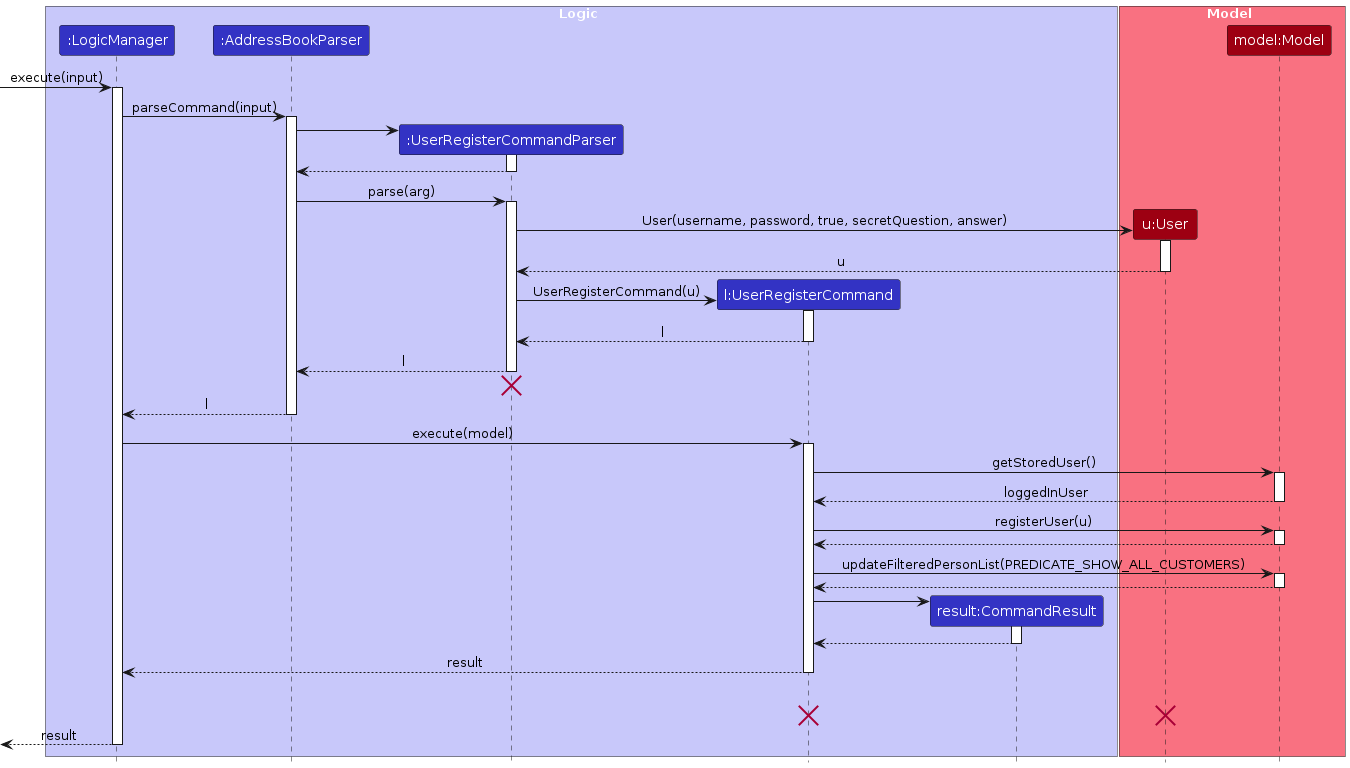
zhonghan721/tp keeps this PlantUML diagram as diagrams/UserRegisterSequenceDiagram.png. Above is the earlier version. Its source is kept beside it as diagrams/UserRegisterSequenceDiagram.puml.
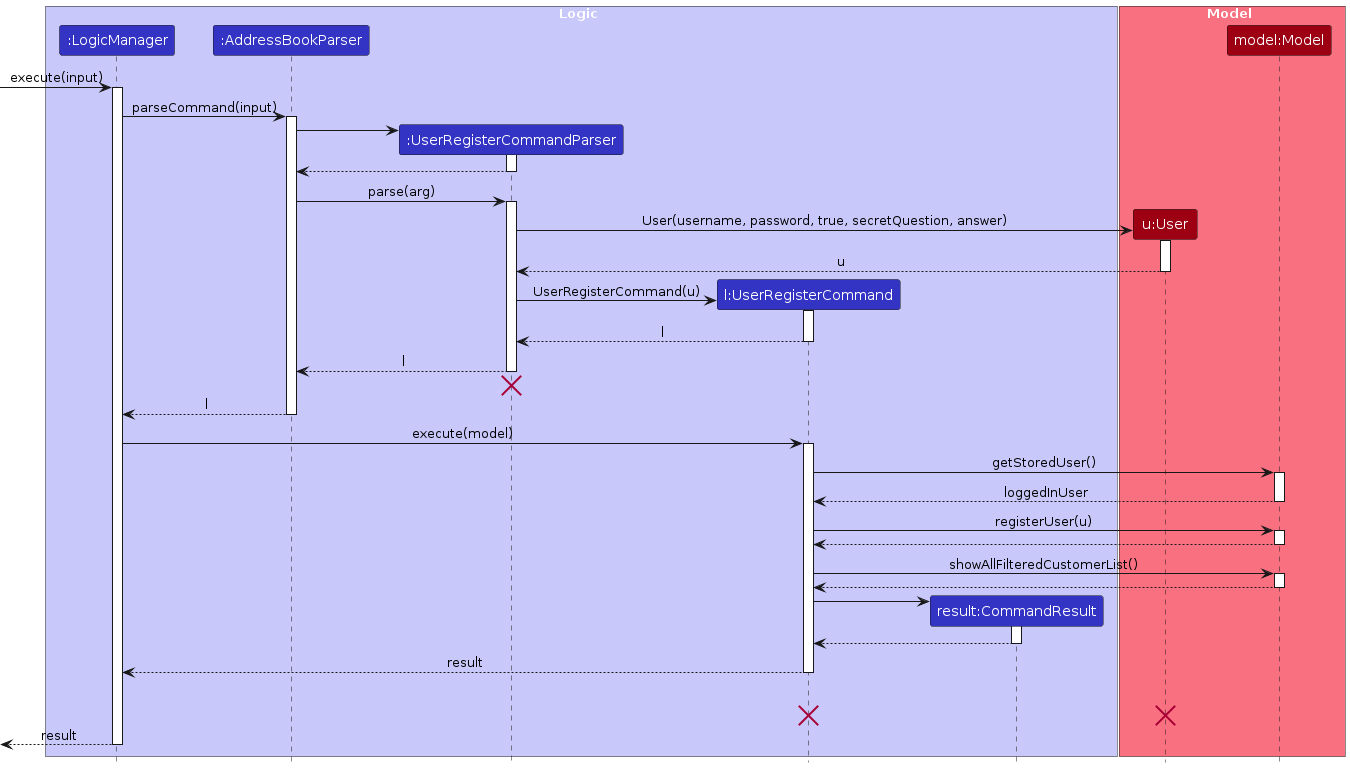
After the commit.

Change to the diagram source:
```diff
@@ -68,7 +68,7 @@
 Model --> UserRegisterCommand
 deactivate Model
 
-UserRegisterCommand -> Model : updateFilteredPersonList(PREDICATE_SHOW_ALL_CUSTOMERS)
+UserRegisterCommand -> Model : showAllFilteredCustomerList()
 activate Model
 
 Model --> UserRegisterCommand
```
